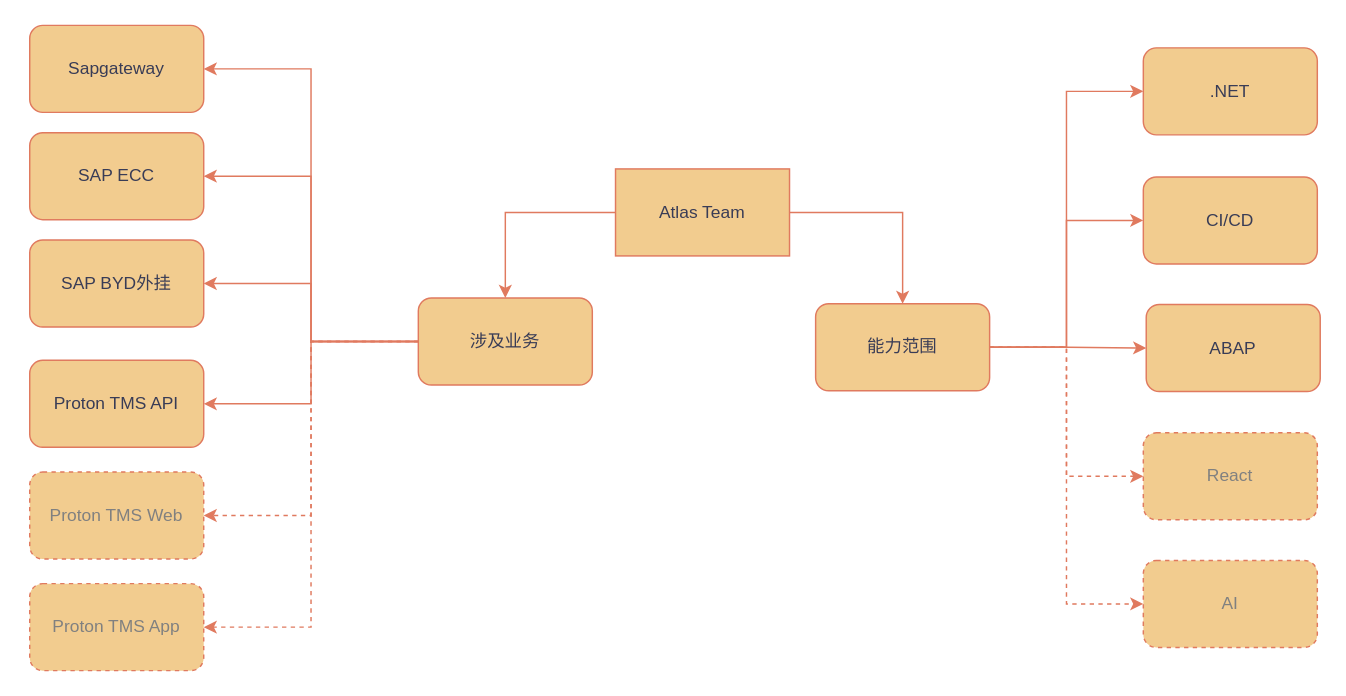
Above: 小组能力框架图.drawio in wingtian/SAP_F (draw.io), before the change. Source tidied: cells renumbered, new cells numbered last; positions are measured from the earlier drawing's top-left corner, leaving out a move shared by most shapes. Both pictures are drawn from the tidied source at 145%, with x=0, y=0 at pixel (29, 25).
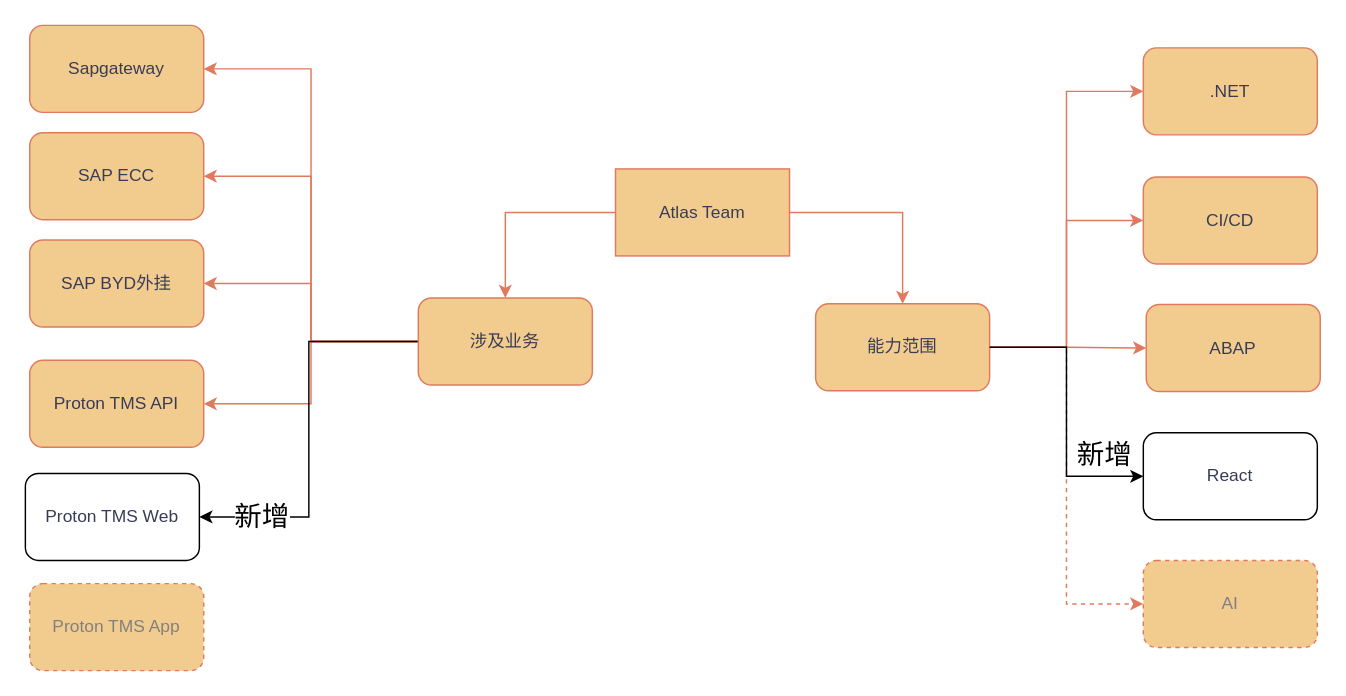
After the change.

Commit message:
更新小组能力框架图.drawio

Unchanged cells that the change refers to:
```xml
<mxCell id="10" value="能力范围" style="rounded=1;whiteSpace=wrap;html=1;labelBackgroundColor=none;fillColor=#F2CC8F;strokeColor=#E07A5F;fontColor=#393C56;" parent="1" vertex="1">
  <mxGeometry x="542" y="192" width="120" height="60" as="geometry" />
</mxCell>
<mxCell id="17" value="涉及业务" style="rounded=1;whiteSpace=wrap;html=1;labelBackgroundColor=none;fillColor=#F2CC8F;strokeColor=#E07A5F;fontColor=#393C56;" parent="1" vertex="1">
  <mxGeometry x="268" y="188" width="120" height="60" as="geometry" />
</mxCell>
<mxCell id="27" value="&lt;font color=&quot;#808080&quot;&gt;Proton TMS App&lt;/font&gt;" style="rounded=1;whiteSpace=wrap;html=1;dashed=1;labelBackgroundColor=none;fillColor=#F2CC8F;strokeColor=#E07A5F;fontColor=#393C56;" parent="1" vertex="1">
  <mxGeometry y="385" width="120" height="60" as="geometry" />
</mxCell>
```

What changed in the source:
```diff
@@
-    <mxCell id="8" style="edgeStyle=orthogonalEdgeStyle;rounded=0;jettySize=auto;html=1;labelBackgroundColor=none;strokeColor=#E07A5F;fontColor=default;dashed=1;entryX=0;entryY=0.5;entryDx=0;entryDy=0;" parent="1" edge="1" source="10" target="25">
-      <mxGeometry relative="1" as="geometry" />
-    </mxCell>
@@
-    <mxCell id="15" style="edgeStyle=orthogonalEdgeStyle;rounded=0;jettySize=auto;html=1;entryX=1;entryY=0.5;entryDx=0;entryDy=0;dashed=1;labelBackgroundColor=none;strokeColor=#E07A5F;fontColor=default;" parent="1" edge="1" source="17" target="28">
+    <mxCell id="15" style="edgeStyle=orthogonalEdgeStyle;rounded=0;jettySize=auto;html=1;entryX=1;entryY=0.5;entryDx=0;entryDy=0;labelBackgroundColor=none;strokeColor=#000000;fontColor=default;" parent="1" edge="1" source="17" target="28">
       <mxGeometry relative="1" as="geometry" />
     </mxCell>
-    <mxCell id="16" style="edgeStyle=orthogonalEdgeStyle;rounded=0;jettySize=auto;html=1;entryX=1;entryY=0.5;entryDx=0;entryDy=0;dashed=1;labelBackgroundColor=none;strokeColor=#E07A5F;fontColor=default;" parent="1" edge="1" source="17" target="27">
-      <mxGeometry relative="1" as="geometry" />
-    </mxCell>
+    <mxCell id="29" value="&lt;font style=&quot;font-size: 19px;&quot;&gt;新增&lt;/font&gt;" style="edgeLabel;html=1;align=center;verticalAlign=middle;" parent="15" vertex="1">
+      <mxGeometry x="0.53" y="2" relative="1" as="geometry">
+        <mxPoint x="-22" y="-2" as="offset" />
+      </mxGeometry>
+    </mxCell>
@@
-    <mxCell id="25" value="&lt;font color=&quot;#808080&quot;&gt;React&lt;/font&gt;" style="rounded=1;whiteSpace=wrap;html=1;dashed=1;labelBackgroundColor=none;fillColor=#F2CC8F;strokeColor=#E07A5F;fontColor=#393C56;" parent="1" vertex="1">
+    <mxCell id="25" value="React" style="rounded=1;whiteSpace=wrap;html=1;labelBackgroundColor=none;fillColor=none;strokeColor=#000000;fontColor=#393C56;" parent="1" vertex="1">
       <mxGeometry x="768" y="281" width="120" height="60" as="geometry" />
     </mxCell>
@@
-    <mxCell id="28" value="&lt;font style=&quot;&quot; color=&quot;#808080&quot;&gt;Proton TMS Web&lt;/font&gt;" style="rounded=1;whiteSpace=wrap;html=1;dashed=1;labelBackgroundColor=none;fillColor=#F2CC8F;strokeColor=#E07A5F;fontColor=#393C56;" parent="1" vertex="1">
-      <mxGeometry y="308" width="120" height="60" as="geometry" />
+    <mxCell id="28" value="Proton TMS Web" style="rounded=1;whiteSpace=wrap;html=1;labelBackgroundColor=none;fillColor=none;strokeColor=#000000;fontColor=#393C56;" parent="1" vertex="1">
+      <mxGeometry x="-3" y="309" width="120" height="60" as="geometry" />
     </mxCell>
+    <mxCell id="30" value="&lt;font style=&quot;font-size: 19px;&quot;&gt;新增&lt;/font&gt;" style="edgeLabel;html=1;align=center;verticalAlign=middle;" parent="1" vertex="1">
+      <mxGeometry x="742" y="307" as="geometry">
+        <mxPoint x="-2" y="-11" as="offset" />
+      </mxGeometry>
+    </mxCell>
+    <mxCell id="8" style="edgeStyle=orthogonalEdgeStyle;rounded=0;jettySize=auto;html=1;entryX=0;entryY=0.5;entryDx=0;entryDy=0;" parent="1" edge="1" source="10" target="25">
+      <mxGeometry relative="1" as="geometry" />
+    </mxCell>
```
